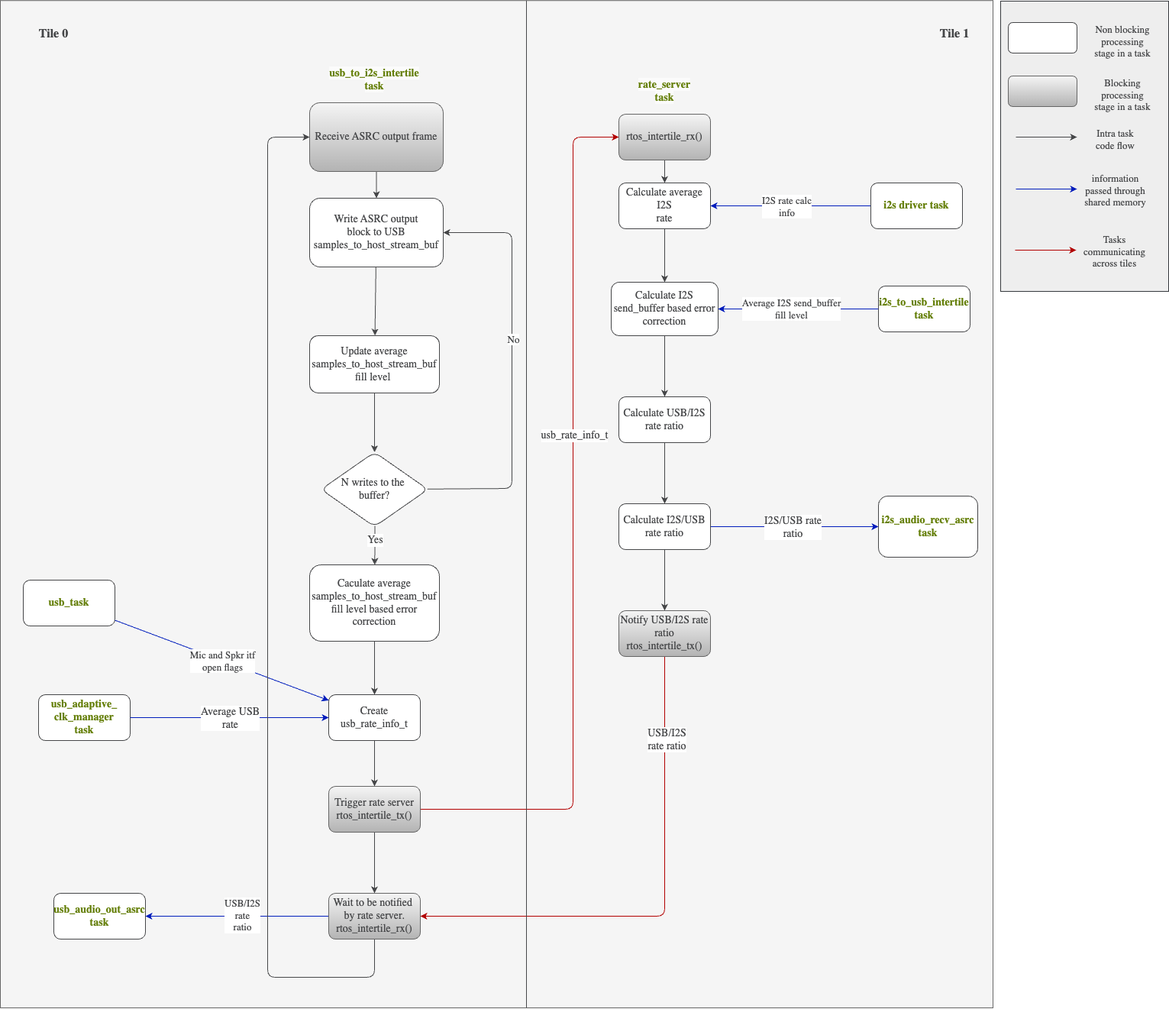
Earlier version of the draw.io export doc/programming_guide/asrc/diagrams/rate_server_connections.drawio.png (xmos/sln_voice). Source tidied: cells renumbered, new cells last; positions are measured from the earlier drawing's top-left corner, leaving out a move shared by most shapes.
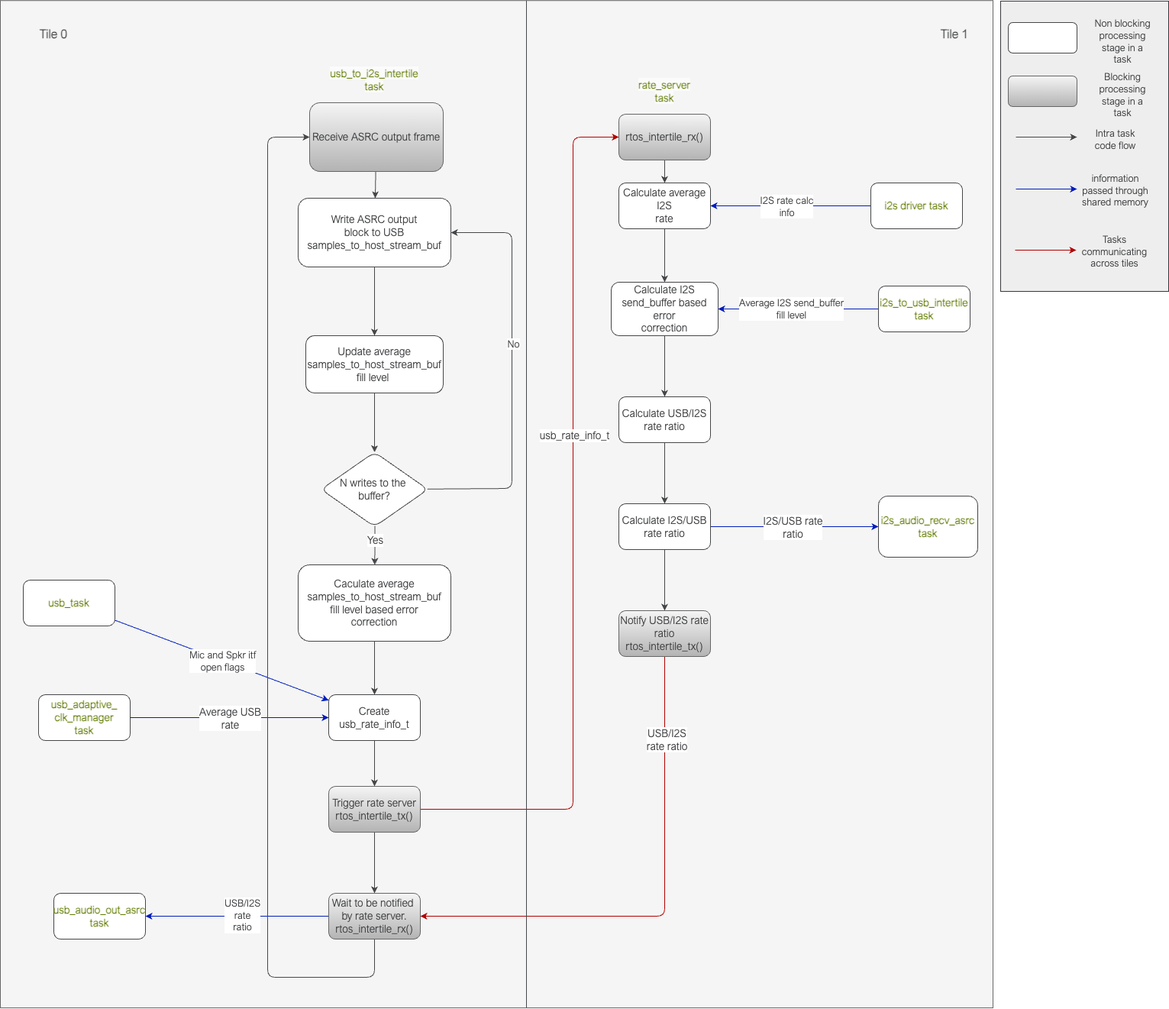
The same file after the commit.

The edit, as a diff of the source:
```diff
@@ -15,16 +15,16 @@
       <mxGeometry relative="1" as="geometry" />
     </mxCell>
     <mxCell id="6" value="&lt;font style=&quot;&quot;&gt;&lt;span style=&quot;font-size: 14px;&quot;&gt;Write ASRC output&lt;/span&gt;&lt;br&gt;&lt;span style=&quot;font-size: 14px;&quot;&gt;block to USB&lt;br&gt;&lt;/span&gt;&lt;/font&gt;&lt;font style=&quot;font-size: 14px;&quot;&gt;samples_to_host_stream_buf&lt;/font&gt;" style="rounded=1;whiteSpace=wrap;html=1;strokeColor=#464749;fontFamily=Arial Nova Light;fontColor=#464749;fillColor=#FFFFFF;" parent="1" vertex="1">
-      <mxGeometry x="405" y="259" width="175" height="90" as="geometry" />
+      <mxGeometry x="390" y="259" width="200" height="90" as="geometry" />
     </mxCell>
-    <mxCell id="7" value="&lt;span style=&quot;font-family: &amp;quot;Arial Nova Light&amp;quot;; font-size: 14px; font-style: normal; font-variant-ligatures: normal; font-variant-caps: normal; letter-spacing: normal; orphans: 2; text-align: center; text-indent: 0px; text-transform: none; widows: 2; word-spacing: 0px; -webkit-text-stroke-width: 0px; background-color: rgb(251, 251, 251); text-decoration-thickness: initial; text-decoration-style: initial; text-decoration-color: initial; float: none; display: inline !important;&quot;&gt;&lt;b style=&quot;&quot;&gt;&lt;font color=&quot;#66800b&quot;&gt;usb_to_i2s_intertile&lt;br&gt;task&lt;/font&gt;&lt;/b&gt;&lt;br&gt;&lt;/span&gt;" style="text;html=1;strokeColor=none;fillColor=none;align=center;verticalAlign=middle;whiteSpace=wrap;rounded=0;fontFamily=Arial Nova Light;fontColor=#464749;" parent="1" vertex="1">
+    <mxCell id="7" value="&lt;span style=&quot;font-size: 14px; font-style: normal; font-variant-ligatures: normal; font-variant-caps: normal; letter-spacing: normal; orphans: 2; text-align: center; text-indent: 0px; text-transform: none; widows: 2; word-spacing: 0px; -webkit-text-stroke-width: 0px; background-color: rgb(251, 251, 251); text-decoration-thickness: initial; text-decoration-style: initial; text-decoration-color: initial; float: none; display: inline !important;&quot;&gt;&lt;b style=&quot;&quot;&gt;&lt;font color=&quot;#66800b&quot;&gt;usb_to_i2s_intertile&lt;br&gt;task&lt;/font&gt;&lt;/b&gt;&lt;br&gt;&lt;/span&gt;" style="text;html=1;strokeColor=none;fillColor=none;align=center;verticalAlign=middle;whiteSpace=wrap;rounded=0;fontFamily=Arial Nova Light;fontColor=#464749;" parent="1" vertex="1">
       <mxGeometry x="460" y="89" width="60" height="30" as="geometry" />
     </mxCell>
     <mxCell id="8" style="edgeStyle=Arial Nova Light;rounded=1;jettySize=auto;html=1;strokeColor=#464749;fontFamily=Arial Nova Light;fontColor=#464749;fillColor=#FFFFFF;" parent="1" edge="1" source="9" target="14">
       <mxGeometry relative="1" as="geometry" />
     </mxCell>
     <mxCell id="9" value="&lt;font style=&quot;font-size: 14px;&quot;&gt;Update average&lt;br&gt;samples_to_host_stream_buf&lt;br&gt;fill level&amp;nbsp;&lt;/font&gt;" style="whiteSpace=wrap;html=1;fontFamily=Arial Nova Light;fillColor=#FFFFFF;strokeColor=#464749;fontColor=#464749;rounded=1;" parent="1" vertex="1">
-      <mxGeometry x="405" y="439" width="170" height="75" as="geometry" />
+      <mxGeometry x="400" y="439" width="180" height="75" as="geometry" />
     </mxCell>
     <mxCell id="10" style="edgeStyle=Arial Nova Light;rounded=1;jettySize=auto;html=1;strokeColor=#464749;fontFamily=Arial Nova Light;fontColor=#464749;fillColor=#FFFFFF;" parent="1" edge="1" source="14" target="6">
       <mxGeometry relative="1" as="geometry">
@@ -52,7 +52,7 @@
       <mxGeometry relative="1" as="geometry" />
     </mxCell>
     <mxCell id="16" value="&lt;font style=&quot;font-size: 14px;&quot;&gt;&lt;br&gt;Caculate&amp;nbsp;average&lt;br style=&quot;border-color: var(--border-color);&quot;&gt;samples_to_host_stream_buf&lt;br&gt;fill level based error&lt;br&gt;correction&lt;br&gt;&amp;nbsp;&lt;/font&gt;" style="whiteSpace=wrap;html=1;fontFamily=Arial Nova Light;fillColor=#FFFFFF;strokeColor=#464749;fontColor=#464749;rounded=1;" parent="1" vertex="1">
-      <mxGeometry x="405" y="739" width="170" height="100" as="geometry" />
+      <mxGeometry x="390" y="739" width="200" height="100" as="geometry" />
     </mxCell>
     <mxCell id="17" style="edgeStyle=Arial Nova Light;rounded=1;jettySize=auto;html=1;strokeColor=#464749;fontFamily=Arial Nova Light;fontColor=#464749;fillColor=#FFFFFF;" parent="1" edge="1" source="18" target="28">
       <mxGeometry relative="1" as="geometry" />
@@ -95,7 +95,7 @@
     <mxCell id="28" value="&lt;font style=&quot;font-size: 14px;&quot;&gt;Trigger rate server&lt;br&gt;rtos_intertile_tx()&lt;/font&gt;" style="whiteSpace=wrap;html=1;fontFamily=Arial Nova Light;fillColor=#f5f5f5;strokeColor=#666666;fontColor=#464749;rounded=1;gradientColor=#b3b3b3;" parent="1" vertex="1">
       <mxGeometry x="430" y="1029" width="120" height="60" as="geometry" />
     </mxCell>
-    <mxCell id="29" value="&lt;span style=&quot;font-family: &amp;quot;Arial Nova Light&amp;quot;; font-size: 14px; font-style: normal; font-variant-ligatures: normal; font-variant-caps: normal; letter-spacing: normal; orphans: 2; text-align: center; text-indent: 0px; text-transform: none; widows: 2; word-spacing: 0px; -webkit-text-stroke-width: 0px; background-color: rgb(251, 251, 251); text-decoration-thickness: initial; text-decoration-style: initial; text-decoration-color: initial; float: none; display: inline !important;&quot;&gt;&lt;b style=&quot;&quot;&gt;&lt;font color=&quot;#66800b&quot;&gt;rate_server&lt;br&gt;task&lt;/font&gt;&lt;/b&gt;&lt;br&gt;&lt;/span&gt;" style="text;html=1;strokeColor=none;fillColor=none;align=center;verticalAlign=middle;whiteSpace=wrap;rounded=0;fontFamily=Arial Nova Light;fontColor=#464749;" parent="1" vertex="1">
+    <mxCell id="29" value="&lt;span style=&quot;font-size: 14px; font-style: normal; font-variant-ligatures: normal; font-variant-caps: normal; letter-spacing: normal; orphans: 2; text-align: center; text-indent: 0px; text-transform: none; widows: 2; word-spacing: 0px; -webkit-text-stroke-width: 0px; background-color: rgb(251, 251, 251); text-decoration-thickness: initial; text-decoration-style: initial; text-decoration-color: initial; float: none; display: inline !important;&quot;&gt;&lt;b style=&quot;&quot;&gt;&lt;font color=&quot;#66800b&quot;&gt;rate_server&lt;br&gt;task&lt;/font&gt;&lt;/b&gt;&lt;br&gt;&lt;/span&gt;" style="text;html=1;strokeColor=none;fillColor=none;align=center;verticalAlign=middle;whiteSpace=wrap;rounded=0;fontFamily=Arial Nova Light;fontColor=#464749;" parent="1" vertex="1">
       <mxGeometry x="840" y="104" width="60" height="30" as="geometry" />
     </mxCell>
     <mxCell id="30" style="edgeStyle=Arial Nova Light;rounded=1;jettySize=auto;html=1;strokeColor=#001DBC;fontFamily=Arial Nova Light;fontColor=#464749;fillColor=#0050ef;" parent="1" edge="1" source="32" target="24">
@@ -194,7 +194,7 @@
     <mxCell id="56" value="&lt;span style=&quot;font-size: 14px;&quot;&gt;Receive ASRC output frame&lt;/span&gt;" style="rounded=1;whiteSpace=wrap;html=1;strokeColor=#666666;fontFamily=Arial Nova Light;fontColor=#464749;fillColor=#f5f5f5;gradientColor=#b3b3b3;" parent="1" vertex="1">
       <mxGeometry x="405" y="134" width="175" height="90" as="geometry" />
     </mxCell>
-    <mxCell id="57" style="group;" parent="1" vertex="1">
+    <mxCell id="57" style="group;fontFamily=Arial Nova Light;" parent="1" vertex="1">
       <mxGeometry x="1310" y="9" width="220" height="380" as="geometry" />
     </mxCell>
     <mxCell id="58" style="rounded=0;whiteSpace=wrap;html=1;strokeColor=#36393d;fontFamily=Arial Nova Light;fontColor=#464749;fillColor=#eeeeee;" parent="57" vertex="1">
@@ -219,7 +219,7 @@
       </mxGeometry>
     </mxCell>
     <mxCell id="64" value="&lt;font style=&quot;font-size: 13px;&quot;&gt;Intra task&lt;br&gt;code flow&lt;/font&gt;" style="text;html=1;align=center;verticalAlign=middle;strokeColor=none;fillColor=none;fontFamily=Arial Nova Light;fontColor=#464749;" parent="57" vertex="1">
-      <mxGeometry x="115" y="153" width="70" height="40" as="geometry" />
+      <mxGeometry x="110" y="153" width="80" height="40" as="geometry" />
     </mxCell>
     <mxCell id="65" style="endArrow=classic;html=1;rounded=1;strokeColor=#001DBC;fontFamily=Arial Nova Light;fontColor=#464749;fillColor=#0050ef;" parent="57" edge="1">
       <mxGeometry relative="1" as="geometry">
@@ -228,7 +228,7 @@
       </mxGeometry>
     </mxCell>
     <mxCell id="66" value="&lt;font style=&quot;font-size: 13px;&quot;&gt;information&lt;br&gt;passed through&lt;br&gt;shared memory&lt;/font&gt;" style="text;html=1;align=center;verticalAlign=middle;strokeColor=none;fillColor=none;fontFamily=Arial Nova Light;fontColor=#464749;" parent="57" vertex="1">
-      <mxGeometry x="100" y="210" width="100" height="60" as="geometry" />
+      <mxGeometry x="95" y="210" width="110" height="60" as="geometry" />
     </mxCell>
     <mxCell id="67" style="endArrow=classic;html=1;rounded=1;strokeColor=#B20000;fontFamily=Arial Nova Light;fontColor=#464749;fillColor=#e51400;" parent="57" edge="1">
       <mxGeometry relative="1" as="geometry">
@@ -237,7 +237,7 @@
       </mxGeometry>
     </mxCell>
     <mxCell id="68" value="&lt;span style=&quot;font-size: 13px;&quot;&gt;Tasks &lt;br&gt;communicating&lt;br&gt;across tiles&lt;br&gt;&lt;/span&gt;" style="text;html=1;align=center;verticalAlign=middle;strokeColor=none;fillColor=none;fontFamily=Arial Nova Light;fontColor=#464749;" parent="57" vertex="1">
-      <mxGeometry x="99" y="290" width="100" height="60" as="geometry" />
+      <mxGeometry x="94" y="290" width="110" height="60" as="geometry" />
     </mxCell>
     <mxCell id="69" style="endArrow=none;html=1;rounded=1;strokeColor=#464749;fontFamily=Arial Nova Light;fontColor=#464749;fillColor=#FFFFFF;entryX=0.53;entryY=0;entryDx=0;entryDy=0;entryPerimeter=0;" parent="1" edge="1" target="2">
       <mxGeometry relative="1" as="geometry">
```
